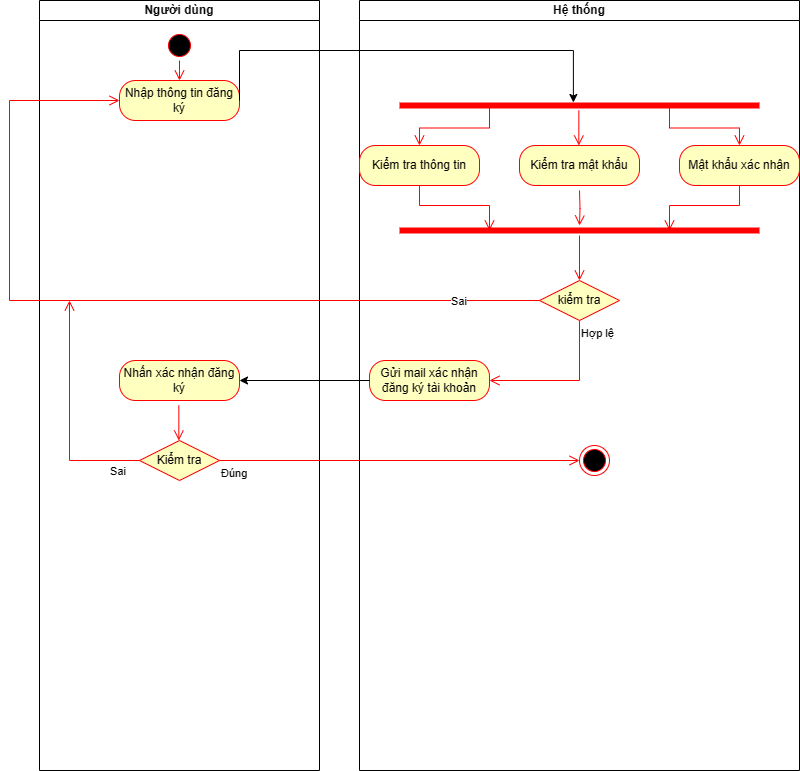
hieuNV0871/da keeps this draw.io diagram as AD/imgs/AD_DANGKY.drawio.png. Above is the earlier version. Source tidied: cells renumbered, new cells last; positions are measured from the earlier drawing's top-left corner, leaving out a move shared by most shapes.
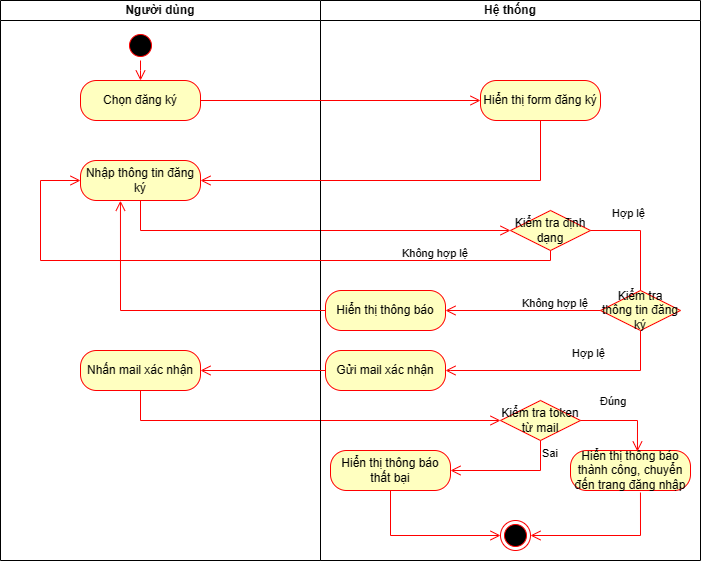
The same diagram one commit later.

Change to the diagram source:
```diff
@@ -3,123 +3,146 @@
     <mxCell id="0" />
     <mxCell id="1" parent="0" />
     <mxCell id="2" value="Người dùng" style="swimlane;startSize=20;whiteSpace=wrap;html=1;" parent="1" vertex="1">
-      <mxGeometry x="30" width="280" height="770" as="geometry" />
+      <mxGeometry x="30" width="320" height="560" as="geometry" />
     </mxCell>
     <mxCell id="3" style="ellipse;html=1;shape=startState;fillColor=#000000;strokeColor=#ff0000;" parent="2" vertex="1">
       <mxGeometry x="125" y="30" width="30" height="30" as="geometry" />
     </mxCell>
-    <mxCell id="4" style="edgeStyle=orthogonalEdgeStyle;html=1;verticalAlign=bottom;endArrow=open;endSize=8;strokeColor=#ff0000;rounded=0;" parent="2" edge="1" source="3">
-      <mxGeometry relative="1" as="geometry">
-        <mxPoint x="140" y="80" as="targetPoint" />
-      </mxGeometry>
-    </mxCell>
+    <mxCell id="32" style="edgeStyle=orthogonalEdgeStyle;html=1;verticalAlign=bottom;endArrow=open;endSize=8;strokeColor=#ff0000;rounded=0;" parent="2" edge="1" source="3">
+      <mxGeometry relative="1" as="geometry">
+        <mxPoint x="140" y="80" as="targetPoint" />
+      </mxGeometry>
+    </mxCell>
+    <mxCell id="33" value="Chọn đăng ký" style="rounded=1;whiteSpace=wrap;html=1;arcSize=40;fontColor=#000000;fillColor=#ffffc0;strokeColor=#ff0000;" parent="2" vertex="1">
+      <mxGeometry x="80" y="80" width="120" height="40" as="geometry" />
+    </mxCell>
     <mxCell id="5" value="Nhập thông tin đăng ký" style="rounded=1;whiteSpace=wrap;html=1;arcSize=40;fontColor=#000000;fillColor=#ffffc0;strokeColor=#ff0000;" parent="2" vertex="1">
-      <mxGeometry x="80" y="80" width="120" height="40" as="geometry" />
+      <mxGeometry x="80" y="160" width="120" height="40" as="geometry" />
     </mxCell>
-    <mxCell id="6" value="Nhấn xác nhận đăng ký" style="rounded=1;whiteSpace=wrap;html=1;arcSize=40;fontColor=#000000;fillColor=#ffffc0;strokeColor=#ff0000;" parent="2" vertex="1">
-      <mxGeometry x="80" y="360" width="120" height="40" as="geometry" />
-    </mxCell>
-    <mxCell id="7" value="Kiểm tra" style="rhombus;whiteSpace=wrap;html=1;fontColor=#000000;fillColor=#ffffc0;strokeColor=#ff0000;" parent="2" vertex="1">
-      <mxGeometry x="100" y="440" width="80" height="40" as="geometry" />
-    </mxCell>
-    <mxCell id="8" value="Sai" style="edgeStyle=orthogonalEdgeStyle;html=1;align=left;verticalAlign=bottom;endArrow=open;endSize=8;strokeColor=#ff0000;rounded=0;" parent="2" edge="1" source="7">
-      <mxGeometry x="-0.74" y="20" relative="1" as="geometry">
-        <mxPoint x="30" y="300" as="targetPoint" />
-        <Array as="points">
-          <mxPoint x="30" y="460" />
-        </Array>
-        <mxPoint x="-1" as="offset" />
-      </mxGeometry>
-    </mxCell>
-    <mxCell id="9" style="edgeStyle=orthogonalEdgeStyle;html=1;verticalAlign=bottom;endArrow=open;endSize=8;strokeColor=#ff0000;rounded=0;" parent="2" edge="1">
-      <mxGeometry relative="1" as="geometry">
-        <mxPoint x="139.3" y="405" as="sourcePoint" />
-        <mxPoint x="139.3" y="440" as="targetPoint" />
-      </mxGeometry>
-    </mxCell>
+    <mxCell id="34" style="edgeStyle=orthogonalEdgeStyle;html=1;verticalAlign=bottom;endArrow=open;endSize=8;strokeColor=#ff0000;rounded=0;exitX=0.5;exitY=1;exitDx=0;exitDy=0;" parent="2" edge="1" source="5">
+      <mxGeometry relative="1" as="geometry">
+        <mxPoint x="510" y="230" as="targetPoint" />
+        <Array as="points">
+          <mxPoint x="140" y="230" />
+        </Array>
+      </mxGeometry>
+    </mxCell>
+    <mxCell id="35" value="Nhấn mail xác nhận" style="rounded=1;whiteSpace=wrap;html=1;arcSize=40;fontColor=#000000;fillColor=#ffffc0;strokeColor=#ff0000;" parent="2" vertex="1">
+      <mxGeometry x="80" y="350" width="120" height="40" as="geometry" />
+    </mxCell>
+    <mxCell id="36" style="edgeStyle=orthogonalEdgeStyle;html=1;verticalAlign=bottom;endArrow=open;endSize=8;strokeColor=#ff0000;rounded=0;exitX=0.5;exitY=1;exitDx=0;exitDy=0;" parent="2" edge="1" source="35">
+      <mxGeometry relative="1" as="geometry">
+        <mxPoint x="500" y="420" as="targetPoint" />
+        <Array as="points">
+          <mxPoint x="140" y="420" />
+        </Array>
+      </mxGeometry>
+    </mxCell>
     <mxCell id="10" value="Hệ thống" style="swimlane;startSize=20;whiteSpace=wrap;html=1;" parent="1" vertex="1">
-      <mxGeometry x="350" width="440" height="770" as="geometry" />
+      <mxGeometry x="350" width="380" height="560" as="geometry" />
     </mxCell>
-    <mxCell id="11" style="shape=line;html=1;strokeWidth=6;strokeColor=#ff0000;" parent="10" vertex="1">
-      <mxGeometry x="40" y="100" width="360" height="10" as="geometry" />
-    </mxCell>
-    <mxCell id="12" style="edgeStyle=orthogonalEdgeStyle;html=1;verticalAlign=bottom;endArrow=open;endSize=8;strokeColor=#ff0000;rounded=0;entryX=0.5;entryY=0;entryDx=0;entryDy=0;exitX=0.25;exitY=0.5;exitDx=0;exitDy=0;exitPerimeter=0;" parent="10" edge="1" source="11" target="14">
-      <mxGeometry relative="1" as="geometry" />
-    </mxCell>
-    <mxCell id="13" style="edgeStyle=orthogonalEdgeStyle;html=1;verticalAlign=bottom;endArrow=open;endSize=8;strokeColor=#ff0000;rounded=0;entryX=0.5;entryY=0;entryDx=0;entryDy=0;exitX=0.75;exitY=0.5;exitDx=0;exitDy=0;exitPerimeter=0;" parent="10" edge="1" source="11" target="15">
-      <mxGeometry relative="1" as="geometry" />
-    </mxCell>
-    <mxCell id="14" value="Kiểm tra thông tin" style="rounded=1;whiteSpace=wrap;html=1;arcSize=40;fontColor=#000000;fillColor=#ffffc0;strokeColor=#ff0000;" parent="10" vertex="1">
-      <mxGeometry y="145" width="120" height="40" as="geometry" />
-    </mxCell>
-    <mxCell id="15" value="Mật khẩu xác nhận" style="rounded=1;whiteSpace=wrap;html=1;arcSize=40;fontColor=#000000;fillColor=#ffffc0;strokeColor=#ff0000;" parent="10" vertex="1">
-      <mxGeometry x="320" y="145" width="120" height="40" as="geometry" />
-    </mxCell>
-    <mxCell id="16" style="edgeStyle=orthogonalEdgeStyle;html=1;verticalAlign=bottom;endArrow=open;endSize=8;strokeColor=#ff0000;rounded=0;exitX=0.5;exitY=1;exitDx=0;exitDy=0;entryX=0.75;entryY=0.5;entryDx=0;entryDy=0;entryPerimeter=0;" parent="10" edge="1" source="15" target="18">
-      <mxGeometry relative="1" as="geometry" />
-    </mxCell>
-    <mxCell id="17" style="edgeStyle=orthogonalEdgeStyle;html=1;verticalAlign=bottom;endArrow=open;endSize=8;strokeColor=#ff0000;rounded=0;exitX=0.5;exitY=1;exitDx=0;exitDy=0;entryX=0.25;entryY=0.5;entryDx=0;entryDy=0;entryPerimeter=0;" parent="10" edge="1" source="14" target="18">
-      <mxGeometry relative="1" as="geometry" />
-    </mxCell>
-    <mxCell id="18" style="shape=line;html=1;strokeWidth=6;strokeColor=#ff0000;" parent="10" vertex="1">
-      <mxGeometry x="40" y="225" width="360" height="10" as="geometry" />
-    </mxCell>
-    <mxCell id="19" value="kiểm tra" style="rhombus;whiteSpace=wrap;html=1;fontColor=#000000;fillColor=#ffffc0;strokeColor=#ff0000;" parent="10" vertex="1">
-      <mxGeometry x="180" y="280" width="80" height="40" as="geometry" />
-    </mxCell>
-    <mxCell id="20" style="edgeStyle=orthogonalEdgeStyle;html=1;verticalAlign=bottom;endArrow=open;endSize=8;strokeColor=#ff0000;rounded=0;entryX=0.5;entryY=0;entryDx=0;entryDy=0;" parent="10" edge="1" source="18" target="19">
-      <mxGeometry relative="1" as="geometry" />
-    </mxCell>
-    <mxCell id="21" value="Gửi mail xác nhận đăng ký tài khoản" style="rounded=1;whiteSpace=wrap;html=1;arcSize=40;fontColor=#000000;fillColor=#ffffc0;strokeColor=#ff0000;" parent="10" vertex="1">
-      <mxGeometry x="10" y="360" width="120" height="40" as="geometry" />
-    </mxCell>
-    <mxCell id="22" value="Kiểm tra mật khẩu" style="rounded=1;whiteSpace=wrap;html=1;arcSize=40;fontColor=#000000;fillColor=#ffffc0;strokeColor=#ff0000;" parent="10" vertex="1">
-      <mxGeometry x="160" y="145" width="120" height="40" as="geometry" />
-    </mxCell>
-    <mxCell id="23" value="Hợp lệ" style="edgeStyle=orthogonalEdgeStyle;html=1;align=left;verticalAlign=top;endArrow=open;endSize=8;strokeColor=#ff0000;rounded=0;entryX=1;entryY=0.5;entryDx=0;entryDy=0;exitX=0.5;exitY=1;exitDx=0;exitDy=0;" parent="10" edge="1" source="19" target="21">
-      <mxGeometry x="-1" relative="1" as="geometry" />
-    </mxCell>
-    <mxCell id="24" style="edgeStyle=orthogonalEdgeStyle;html=1;verticalAlign=bottom;endArrow=open;endSize=8;strokeColor=#ff0000;rounded=0;" parent="10" edge="1" target="18">
-      <mxGeometry relative="1" as="geometry">
-        <mxPoint x="220" y="190" as="sourcePoint" />
-      </mxGeometry>
-    </mxCell>
-    <mxCell id="25" style="edgeStyle=orthogonalEdgeStyle;html=1;verticalAlign=bottom;endArrow=open;endSize=8;strokeColor=#ff0000;rounded=0;" parent="10" edge="1">
-      <mxGeometry relative="1" as="geometry">
-        <mxPoint x="219.3" y="110" as="sourcePoint" />
-        <mxPoint x="219.3" y="145" as="targetPoint" />
-      </mxGeometry>
-    </mxCell>
-    <mxCell id="26" style="ellipse;html=1;shape=endState;fillColor=#000000;strokeColor=#ff0000;" parent="10" vertex="1">
-      <mxGeometry x="220" y="445" width="30" height="30" as="geometry" />
-    </mxCell>
-    <mxCell id="27" value="Sai" style="edgeStyle=orthogonalEdgeStyle;html=1;align=left;verticalAlign=bottom;endArrow=open;endSize=8;strokeColor=#ff0000;rounded=0;entryX=0;entryY=0.5;entryDx=0;entryDy=0;exitX=0;exitY=0.5;exitDx=0;exitDy=0;" parent="1" edge="1" source="19" target="5">
-      <mxGeometry x="-0.78" y="10" relative="1" as="geometry">
-        <Array as="points">
-          <mxPoint y="300" />
-          <mxPoint y="100" />
-        </Array>
-        <mxPoint x="1" as="offset" />
-      </mxGeometry>
-    </mxCell>
-    <mxCell id="28" style="edgeStyle=orthogonalEdgeStyle;html=1;verticalAlign=bottom;endArrow=open;endSize=8;strokeColor=#ff0000;rounded=0;entryX=0.499;entryY=0.433;entryDx=0;entryDy=0;entryPerimeter=0;" parent="1" edge="1" target="18">
-      <mxGeometry relative="1" as="geometry">
-        <mxPoint x="570" y="230" as="sourcePoint" />
-      </mxGeometry>
-    </mxCell>
-    <mxCell id="29" style="edgeStyle=orthogonalEdgeStyle;rounded=0;jettySize=auto;html=1;" parent="1" edge="1" source="21" target="6">
-      <mxGeometry relative="1" as="geometry" />
-    </mxCell>
+    <mxCell id="37" value="Hiển thị form đăng ký" style="rounded=1;whiteSpace=wrap;html=1;arcSize=40;fontColor=#000000;fillColor=#ffffc0;strokeColor=#ff0000;" parent="10" vertex="1">
+      <mxGeometry x="160" y="80" width="120" height="40" as="geometry" />
+    </mxCell>
+    <mxCell id="38" style="edgeStyle=orthogonalEdgeStyle;html=1;verticalAlign=bottom;endArrow=open;endSize=8;strokeColor=#ff0000;rounded=0;" parent="10" edge="1">
+      <mxGeometry relative="1" as="geometry">
+        <mxPoint x="-120" y="100" as="sourcePoint" />
+        <mxPoint x="160" y="100" as="targetPoint" />
+      </mxGeometry>
+    </mxCell>
+    <mxCell id="39" value="Kiểm tra định dạng" style="rhombus;whiteSpace=wrap;html=1;fontColor=#000000;fillColor=#ffffc0;strokeColor=#ff0000;direction=west;" parent="10" vertex="1">
+      <mxGeometry x="190" y="210" width="80" height="40" as="geometry" />
+    </mxCell>
+    <mxCell id="40" value="Hợp lệ" style="edgeStyle=orthogonalEdgeStyle;html=1;align=left;verticalAlign=top;endArrow=open;endSize=8;strokeColor=#ff0000;rounded=0;exitX=0;exitY=0.5;exitDx=0;exitDy=0;" parent="10" edge="1" source="39">
+      <mxGeometry x="-0.76" y="30" relative="1" as="geometry">
+        <mxPoint x="280" y="310" as="targetPoint" />
+        <Array as="points">
+          <mxPoint x="320" y="230" />
+          <mxPoint x="320" y="310" />
+        </Array>
+      </mxGeometry>
+    </mxCell>
+    <mxCell id="41" value="Kiểm tra thông tin đăng ký" style="rhombus;whiteSpace=wrap;html=1;fontColor=#000000;fillColor=#ffffc0;strokeColor=#ff0000;" parent="10" vertex="1">
+      <mxGeometry x="280" y="290" width="80" height="40" as="geometry" />
+    </mxCell>
+    <mxCell id="42" value="Hiển thị thông báo" style="rounded=1;whiteSpace=wrap;html=1;arcSize=40;fontColor=#000000;fillColor=#ffffc0;strokeColor=#ff0000;" parent="10" vertex="1">
+      <mxGeometry x="5" y="290" width="120" height="40" as="geometry" />
+    </mxCell>
+    <mxCell id="43" value="Không hợp lệ" style="edgeStyle=orthogonalEdgeStyle;html=1;align=left;verticalAlign=top;endArrow=open;endSize=8;strokeColor=#ff0000;rounded=0;entryX=1;entryY=0.5;entryDx=0;entryDy=0;" parent="10" edge="1" source="41" target="42">
+      <mxGeometry x="0.03" y="-20" relative="1" as="geometry" />
+    </mxCell>
+    <mxCell id="44" value="Gửi mail xác nhận" style="rounded=1;whiteSpace=wrap;html=1;arcSize=40;fontColor=#000000;fillColor=#ffffc0;strokeColor=#ff0000;" parent="10" vertex="1">
+      <mxGeometry x="5" y="350" width="120" height="40" as="geometry" />
+    </mxCell>
+    <mxCell id="45" value="Hợp lệ" style="edgeStyle=orthogonalEdgeStyle;html=1;align=left;verticalAlign=top;endArrow=open;endSize=8;strokeColor=#ff0000;rounded=0;exitX=0.5;exitY=1;exitDx=0;exitDy=0;entryX=1;entryY=0.5;entryDx=0;entryDy=0;" parent="10" edge="1" source="41" target="44">
+      <mxGeometry x="-0.06" y="-30" relative="1" as="geometry">
+        <Array as="points">
+          <mxPoint x="320" y="370" />
+          <mxPoint x="130" y="370" />
+        </Array>
+      </mxGeometry>
+    </mxCell>
+    <mxCell id="46" value="Kiểm tra token từ mail" style="rhombus;whiteSpace=wrap;html=1;fontColor=#000000;fillColor=#ffffc0;strokeColor=#ff0000;" parent="10" vertex="1">
+      <mxGeometry x="180" y="400" width="80" height="40" as="geometry" />
+    </mxCell>
-    <mxCell id="30" value="Đúng" style="edgeStyle=orthogonalEdgeStyle;html=1;align=left;verticalAlign=top;endArrow=open;endSize=8;strokeColor=#ff0000;rounded=0;entryX=0;entryY=0.5;entryDx=0;entryDy=0;" parent="1" edge="1" source="7" target="26">
-      <mxGeometry x="-1" relative="1" as="geometry" />
+    <mxCell id="30" value="Đúng" style="edgeStyle=orthogonalEdgeStyle;html=1;align=left;verticalAlign=bottom;endArrow=open;endSize=8;strokeColor=#ff0000;rounded=0;entryX=0.558;entryY=0.025;entryDx=0;entryDy=0;entryPerimeter=0;exitX=1;exitY=0.5;exitDx=0;exitDy=0;" parent="10" edge="1" source="46" target="49">
+      <mxGeometry x="-0.6" y="10" relative="1" as="geometry">
+        <Array as="points">
+          <mxPoint x="317" y="420" />
+        </Array>
+      </mxGeometry>
     </mxCell>
-    <mxCell id="31" style="edgeStyle=orthogonalEdgeStyle;rounded=0;jettySize=auto;html=1;exitX=1;exitY=0.5;exitDx=0;exitDy=0;entryX=0.483;entryY=0.2;entryDx=0;entryDy=0;entryPerimeter=0;" parent="1" edge="1" source="5" target="11">
-      <mxGeometry relative="1" as="geometry">
-        <Array as="points">
-          <mxPoint x="230" y="50" />
-          <mxPoint x="564" y="50" />
-        </Array>
-      </mxGeometry>
-    </mxCell>
+    <mxCell id="47" value="Sai" style="edgeStyle=orthogonalEdgeStyle;html=1;align=left;verticalAlign=top;endArrow=open;endSize=8;strokeColor=#ff0000;rounded=0;entryX=1;entryY=0.5;entryDx=0;entryDy=0;" parent="10" edge="1" source="46" target="48">
+      <mxGeometry x="-1" relative="1" as="geometry">
+        <Array as="points">
+          <mxPoint x="220" y="470" />
+        </Array>
+      </mxGeometry>
+    </mxCell>
+    <mxCell id="48" value="Hiển thị thông báo thất bại" style="rounded=1;whiteSpace=wrap;html=1;arcSize=40;fontColor=#000000;fillColor=#ffffc0;strokeColor=#ff0000;" parent="10" vertex="1">
+      <mxGeometry x="10" y="450" width="120" height="40" as="geometry" />
+    </mxCell>
+    <mxCell id="49" value="Hiển thị thông báo thành công, chuyển đến trang đăng nhập" style="rounded=1;whiteSpace=wrap;html=1;arcSize=40;fontColor=#000000;fillColor=#ffffc0;strokeColor=#ff0000;" parent="10" vertex="1">
+      <mxGeometry x="250" y="450" width="120" height="40" as="geometry" />
+    </mxCell>
+    <mxCell id="50" style="ellipse;html=1;shape=endState;fillColor=#000000;strokeColor=#ff0000;" parent="10" vertex="1">
+      <mxGeometry x="180" y="520" width="30" height="30" as="geometry" />
+    </mxCell>
+    <mxCell id="51" style="edgeStyle=orthogonalEdgeStyle;html=1;verticalAlign=bottom;endArrow=open;endSize=8;strokeColor=#ff0000;rounded=0;entryX=0;entryY=0.5;entryDx=0;entryDy=0;exitX=0.5;exitY=1;exitDx=0;exitDy=0;" parent="10" edge="1" source="48" target="50">
+      <mxGeometry relative="1" as="geometry">
+        <Array as="points">
+          <mxPoint x="70" y="535" />
+        </Array>
+      </mxGeometry>
+    </mxCell>
+    <mxCell id="52" style="edgeStyle=orthogonalEdgeStyle;html=1;verticalAlign=bottom;endArrow=open;endSize=8;strokeColor=#ff0000;rounded=0;entryX=1;entryY=0.5;entryDx=0;entryDy=0;exitX=0.583;exitY=1.05;exitDx=0;exitDy=0;exitPerimeter=0;" parent="10" edge="1" source="49" target="50">
+      <mxGeometry relative="1" as="geometry">
+        <Array as="points">
+          <mxPoint x="320" y="535" />
+        </Array>
+      </mxGeometry>
+    </mxCell>
+    <mxCell id="53" style="edgeStyle=orthogonalEdgeStyle;html=1;verticalAlign=bottom;endArrow=open;endSize=8;strokeColor=#ff0000;rounded=0;exitX=0.5;exitY=1;exitDx=0;exitDy=0;entryX=1;entryY=0.5;entryDx=0;entryDy=0;" parent="1" edge="1" source="37" target="5">
+      <mxGeometry relative="1" as="geometry" />
+    </mxCell>
+    <mxCell id="54" value="Không hợp lệ" style="edgeStyle=orthogonalEdgeStyle;html=1;align=left;verticalAlign=top;endArrow=open;endSize=8;strokeColor=#ff0000;rounded=0;exitX=0.5;exitY=0;exitDx=0;exitDy=0;entryX=0;entryY=0.5;entryDx=0;entryDy=0;" parent="1" edge="1" source="39" target="5">
+      <mxGeometry x="-0.5" y="-20" relative="1" as="geometry">
+        <Array as="points">
+          <mxPoint x="580" y="260" />
+          <mxPoint x="70" y="260" />
+          <mxPoint x="70" y="180" />
+        </Array>
+      </mxGeometry>
+    </mxCell>
+    <mxCell id="55" style="edgeStyle=orthogonalEdgeStyle;html=1;verticalAlign=bottom;endArrow=open;endSize=8;strokeColor=#ff0000;rounded=0;entryX=0.333;entryY=1.006;entryDx=0;entryDy=0;entryPerimeter=0;exitX=0;exitY=0.5;exitDx=0;exitDy=0;" parent="1" edge="1" source="42" target="5">
+      <mxGeometry relative="1" as="geometry">
+        <Array as="points">
+          <mxPoint x="150" y="310" />
+        </Array>
+      </mxGeometry>
+    </mxCell>
+    <mxCell id="56" style="edgeStyle=orthogonalEdgeStyle;html=1;verticalAlign=bottom;endArrow=open;endSize=8;strokeColor=#ff0000;rounded=0;exitX=0;exitY=0.5;exitDx=0;exitDy=0;entryX=1;entryY=0.5;entryDx=0;entryDy=0;" parent="1" edge="1" source="44" target="35">
+      <mxGeometry relative="1" as="geometry" />
+    </mxCell>
   </root>
 </mxGraphModel>
```
